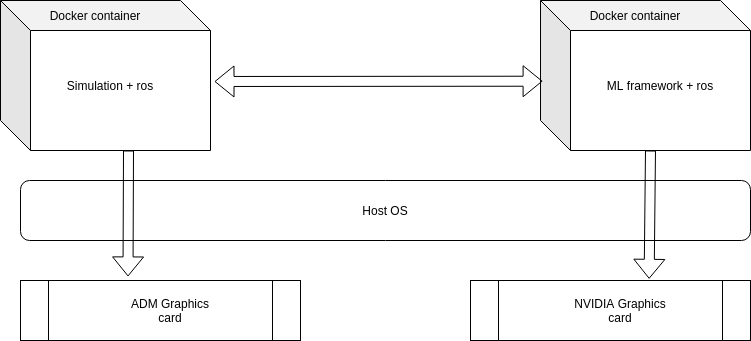
Before: docs/overview.png, a diagram exported from draw.io (Aarivvk/miniature-octo-system). Source tidied: cells renumbered, new cells last; positions are measured from the earlier drawing's top-left corner, leaving out a move shared by most shapes.
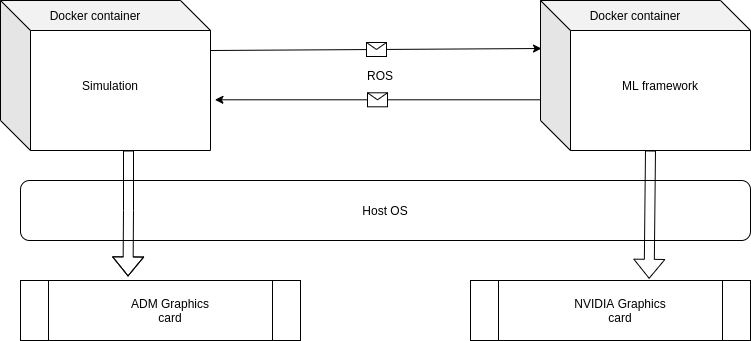
Above is the later version.

Change to the diagram source:
```diff
@@ -32,26 +32,46 @@
     <mxCell id="11" value="Docker container" style="text;html=1;strokeColor=none;fillColor=none;align=center;verticalAlign=middle;whiteSpace=wrap;rounded=0;" parent="1" vertex="1">
       <mxGeometry x="560" width="150" height="30" as="geometry" />
     </mxCell>
-    <mxCell id="12" value="Simulation + ros" style="text;html=1;strokeColor=none;fillColor=none;align=center;verticalAlign=middle;whiteSpace=wrap;rounded=0;" parent="1" vertex="1">
+    <mxCell id="12" value="Simulation" style="text;html=1;strokeColor=none;fillColor=none;align=center;verticalAlign=middle;whiteSpace=wrap;rounded=0;" parent="1" vertex="1">
       <mxGeometry x="50" y="60" width="120" height="50" as="geometry" />
     </mxCell>
-    <mxCell id="13" value="ML framework + ros" style="text;html=1;strokeColor=none;fillColor=none;align=center;verticalAlign=middle;whiteSpace=wrap;rounded=0;" parent="1" vertex="1">
+    <mxCell id="13" value="ML framework" style="text;html=1;strokeColor=none;fillColor=none;align=center;verticalAlign=middle;whiteSpace=wrap;rounded=0;" parent="1" vertex="1">
       <mxGeometry x="595" y="60" width="130" height="50" as="geometry" />
     </mxCell>
-    <mxCell id="14" style="shape=flexArrow;endArrow=classic;startArrow=classic;html=1;entryX=0.01;entryY=0.538;entryDx=0;entryDy=0;entryPerimeter=0;" parent="1" edge="1" target="10">
+    <mxCell id="14" style="shape=flexArrow;endArrow=classic;html=1;entryX=0.384;entryY=-0.068;entryDx=0;entryDy=0;entryPerimeter=0;" parent="1" edge="1" target="2">
       <mxGeometry relative="1" as="geometry">
-        <mxPoint x="214" y="81" as="sourcePoint" />
+        <mxPoint x="128" y="150" as="sourcePoint" />
+        <Array as="points">
+          <mxPoint x="128" y="210" />
+        </Array>
       </mxGeometry>
     </mxCell>
-    <mxCell id="15" style="shape=flexArrow;endArrow=classic;html=1;entryX=0.384;entryY=-0.068;entryDx=0;entryDy=0;entryPerimeter=0;" parent="1" edge="1" target="2">
+    <mxCell id="15" style="shape=flexArrow;endArrow=classic;html=1;entryX=0.638;entryY=-0.028;entryDx=0;entryDy=0;entryPerimeter=0;" parent="1" edge="1" target="4">
       <mxGeometry relative="1" as="geometry">
-        <mxPoint x="128" y="150" as="sourcePoint" />
+        <mxPoint x="650" y="150" as="sourcePoint" />
       </mxGeometry>
     </mxCell>
-    <mxCell id="16" style="shape=flexArrow;endArrow=classic;html=1;entryX=0.638;entryY=-0.028;entryDx=0;entryDy=0;entryPerimeter=0;" parent="1" edge="1" target="4">
-      <mxGeometry relative="1" as="geometry">
-        <mxPoint x="650" y="150" as="sourcePoint" />
-      </mxGeometry>
+    <mxCell id="16" value="ROS" style="text;html=1;strokeColor=none;fillColor=none;align=center;verticalAlign=middle;whiteSpace=wrap;rounded=0;" parent="1" vertex="1">
+      <mxGeometry x="360" y="65" width="40" height="20" as="geometry" />
     </mxCell>
+    <mxCell id="17" style="endArrow=classic;html=1;" parent="1" edge="1">
+      <mxGeometry relative="1" as="geometry">
+        <mxPoint x="210" y="50" as="sourcePoint" />
+        <mxPoint x="541" y="48" as="targetPoint" />
+      </mxGeometry>
+    </mxCell>
+    <mxCell id="18" style="shape=message;html=1;" parent="17" vertex="1">
+      <mxGeometry width="20" height="14" relative="1" as="geometry">
+        <mxPoint x="-10" y="-7" as="offset" />
+      </mxGeometry>
+    </mxCell>
+    <mxCell id="19" style="endArrow=classic;html=1;exitX=0;exitY=0.662;exitDx=0;exitDy=0;exitPerimeter=0;entryX=1.021;entryY=0.662;entryDx=0;entryDy=0;entryPerimeter=0;" parent="1" edge="1" source="10" target="8">
+      <mxGeometry relative="1" as="geometry" />
+    </mxCell>
+    <mxCell id="20" style="shape=message;html=1;" parent="19" vertex="1">
+      <mxGeometry width="20" height="14" relative="1" as="geometry">
+        <mxPoint x="-10" y="-7" as="offset" />
+      </mxGeometry>
+    </mxCell>
   </root>
 </mxGraphModel>
```
